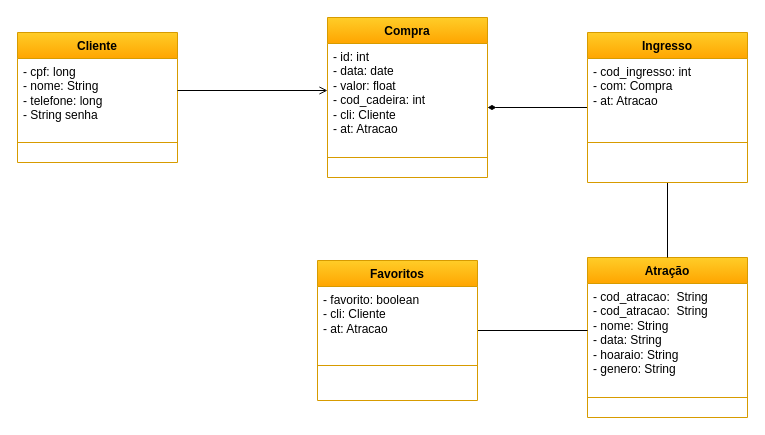
The draw.io diagram Diagrama de Classes.drawio in JudilenaGalvao/Projeto-POO, before the edit. Source tidied: cells renumbered, new cells numbered last; positions are measured from the earlier drawing's top-left corner, leaving out a move shared by most shapes. Both pictures are drawn from the tidied source at 100%, with x=0, y=0 at pixel (17, 17).
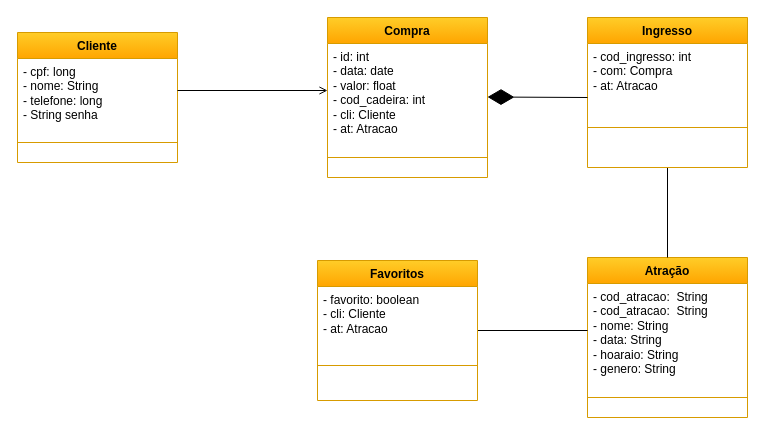
Above is the later version.

The change refers to these unchanged cells:
```xml
<mxCell id="12" value="Compra" style="swimlane;fontStyle=1;align=center;verticalAlign=top;horizontal=1;startSize=26;whiteSpace=wrap;html=1;fillColor=#ffcd28;gradientColor=#ffa500;strokeColor=#d79b00;" parent="1" vertex="1">
  <mxGeometry x="310" width="160" height="160" as="geometry" />
</mxCell>
```

The edit, as a diff of the source:
```diff
@@
-    <mxCell id="13" value="&lt;div&gt;- id: int&amp;nbsp;&lt;/div&gt;&lt;div&gt;&lt;span style=&quot;background-color: initial;&quot;&gt;- data: date&lt;/span&gt;&lt;/div&gt;&lt;div&gt;&lt;span style=&quot;&quot;&gt;&lt;/span&gt;&lt;/div&gt;&lt;div&gt;&lt;span style=&quot;white-space: pre;&quot;&gt;- &lt;/span&gt;valor: float&lt;/div&gt;&lt;div&gt;&lt;span style=&quot;white-space: pre;&quot;&gt;- &lt;/span&gt;cod_cadeira: int&lt;/div&gt;&lt;div&gt;&lt;span style=&quot;white-space: pre;&quot;&gt;- &lt;/span&gt;cli: Cliente&lt;/div&gt;&lt;div&gt;&lt;span style=&quot;background-color: initial;&quot;&gt;- at: Atracao&lt;/span&gt;&lt;/div&gt;" style="text;strokeColor=none;fillColor=none;align=left;verticalAlign=top;spacingLeft=4;spacingRight=4;overflow=hidden;points=[[0,0.5],[1,0.5]];portConstraint=eastwest;whiteSpace=wrap;html=1;" parent="12" vertex="1">
+    <mxCell id="13" value="&lt;div&gt;- id: int&amp;nbsp;&lt;/div&gt;&lt;div&gt;&lt;span style=&quot;background-color: initial;&quot;&gt;- data: date&lt;/span&gt;&lt;/div&gt;&lt;div&gt;&lt;span style=&quot;&quot;&gt;&lt;/span&gt;&lt;/div&gt;&lt;div&gt;&lt;span style=&quot;white-space: pre;&quot;&gt;- &lt;/span&gt;valor: float&lt;/div&gt;&lt;div&gt;&lt;span style=&quot;white-space: pre;&quot;&gt;- &lt;/span&gt;cod_cadeira: int&lt;/div&gt;&lt;div&gt;&lt;span style=&quot;white-space: pre;&quot;&gt;- &lt;/span&gt;cli: Cliente&lt;/div&gt;&lt;div&gt;&lt;span style=&quot;background-color: initial;&quot;&gt;- at: Atracao&lt;/span&gt;&lt;/div&gt;" style="text;strokeColor=none;fillColor=none;align=left;verticalAlign=top;spacingLeft=4;spacingRight=4;overflow=hidden;points=[[0,0.5],[1,0.5]];portConstraint=eastwest;whiteSpace=wrap;html=1;perimeterSpacing=0;strokeWidth=29;" parent="12" vertex="1">
       <mxGeometry y="26" width="160" height="94" as="geometry" />
     </mxCell>
@@
-    <mxCell id="15" style="edgeStyle=orthogonalEdgeStyle;shape=connector;rounded=0;jettySize=auto;html=1;exitX=0;exitY=0.5;exitDx=0;exitDy=0;entryX=1;entryY=0.681;entryDx=0;entryDy=0;entryPerimeter=0;labelBackgroundColor=default;strokeColor=default;fontFamily=Helvetica;fontSize=11;fontColor=default;endArrow=diamondThin;endFill=1;jumpSize=9;strokeWidth=1;" parent="1" edge="1" source="17" target="13">
-      <mxGeometry relative="1" as="geometry" />
-    </mxCell>
@@
     <mxCell id="17" value="Ingresso" style="swimlane;fontStyle=1;align=center;verticalAlign=top;horizontal=1;startSize=26;whiteSpace=wrap;html=1;fillColor=#ffcd28;gradientColor=#ffa500;strokeColor=#d79b00;" parent="1" vertex="1">
-      <mxGeometry x="570" y="15" width="160" height="150" as="geometry" />
+      <mxGeometry x="570" width="160" height="150" as="geometry" />
     </mxCell>
@@
+    <mxCell id="21" style="endArrow=diamondThin;endFill=1;endSize=24;html=1;rounded=0;" parent="1" edge="1">
+      <mxGeometry relative="1" as="geometry">
+        <mxPoint x="570" y="80" as="sourcePoint" />
+        <mxPoint x="470" y="79.5" as="targetPoint" />
+      </mxGeometry>
+    </mxCell>
```
